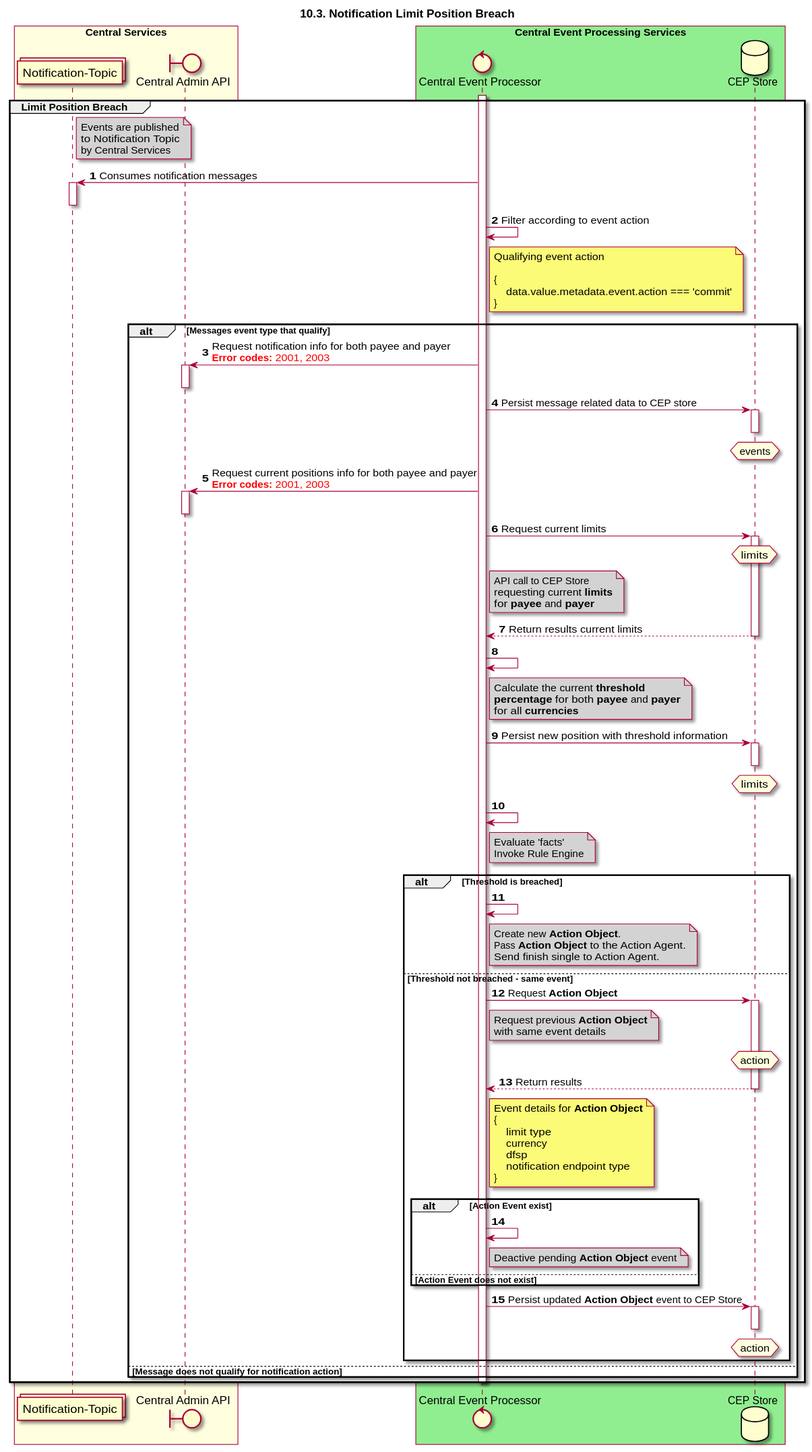
This is docs/sequence_diagrams/notification-ProcessesOverview.svg from mojaloop/central-event-processor, a PlantUML export, as it was before one commit. The source it was exported from:
```plantuml
@startuml
title 10.3. Notification Limit Position Breach
autonumber

collections "Notification-Topic" as TOPIC_NOTIFY
boundary "Central Admin API" as CLAPI
control "Central Event Processor" as CEP
database "CEP Store" as DB

box "Central Services" #LightYellow
participant TOPIC_NOTIFY
participant CLAPI
end box
box "Central Event Processing Services" #LightGreen
participant CEP
participant DB
end box

Group Limit Position Breach
    activate CEP
    note right of TOPIC_NOTIFY #LightGrey
        Events are published
        to Notification Topic
        by Central Services
    end note
    TOPIC_NOTIFY <- CEP: Consumes notification messages
    activate TOPIC_NOTIFY
    deactivate TOPIC_NOTIFY
    CEP -> CEP: Filter according to event action
    note right of CEP
        Qualifying event action

        {
            data.value.metadata.event.action === 'commit'
        }
    end note

    alt Messages event type that qualify
        CLAPI <- CEP: Request notification info for both payee and payer\n<color #FF0000><b>Error codes:</b> 2001, 2003 </color>
        activate CLAPI
        deactivate CLAPI
        CEP -> DB: Persist message related data to CEP store
        activate DB
        hnote over DB #LightYellow
            events
        end hnote
        deactivate DB
        CLAPI <- CEP: Request current positions info for both payee and payer\n<color #FF0000><b>Error codes:</b> 2001, 2003 </color>
        activate CLAPI
        deactivate CLAPI
        CEP -> DB: Request current limits
        activate DB
        hnote over DB #LightYellow
            limits
        end hnote
        note right of CEP #LightGrey
            API call to CEP Store
            requesting current **limits**
            for **payee** and **payer**
        end note
        CEP <-- DB: Return results current limits
        deactivate DB
        CEP -> CEP:
        note right of CEP #LightGrey
            Calculate the current **threshold**
            **percentage** for both **payee** and **payer**
            for all **currencies**
        end note
        CEP -> DB: Persist new position with threshold information
        activate DB
        hnote over DB #LightYellow
            limits
        end hnote
        deactivate DB
        CEP -> CEP
        note right of CEP #LightGrey
            Evaluate 'facts'
            Invoke Rule Engine
        end note

        alt Threshold is breached
            CEP -> CEP:
            note right of CEP #LightGrey
                Create new **Action Object**.
                Pass **Action Object** to the Action Agent.
                Send finish single to Action Agent.
            end note
        else Threshold not breached - same event
            CEP -> DB: Request **Action Object**
            note right of CEP #LightGrey
                Request previous **Action Object**
                with same event details
            end note
            activate DB
        hnote over DB #LightYellow
            action
        end hnote
        CEP <-- DB: Return results
        deactivate DB
            note right of CEP
                Event details for **Action Object**
                {
                    limit type
                    currency
                    dfsp
                    notification endpoint type
                }
            end note
            alt Action Event exist
                CEP -> CEP
                note right of CEP #LightGrey
                    Deactive pending **Action Object** event
                end note
            else Action Event does not exist
            end
        CEP -> DB: Persist updated **Action Object** event to CEP Store
        activate DB
        hnote over DB #LightYellow
            action
        end hnote
        deactivate DB
        end
    else Message does not qualify for notification action
    end
    deactivate CEP
end
@enduml
```
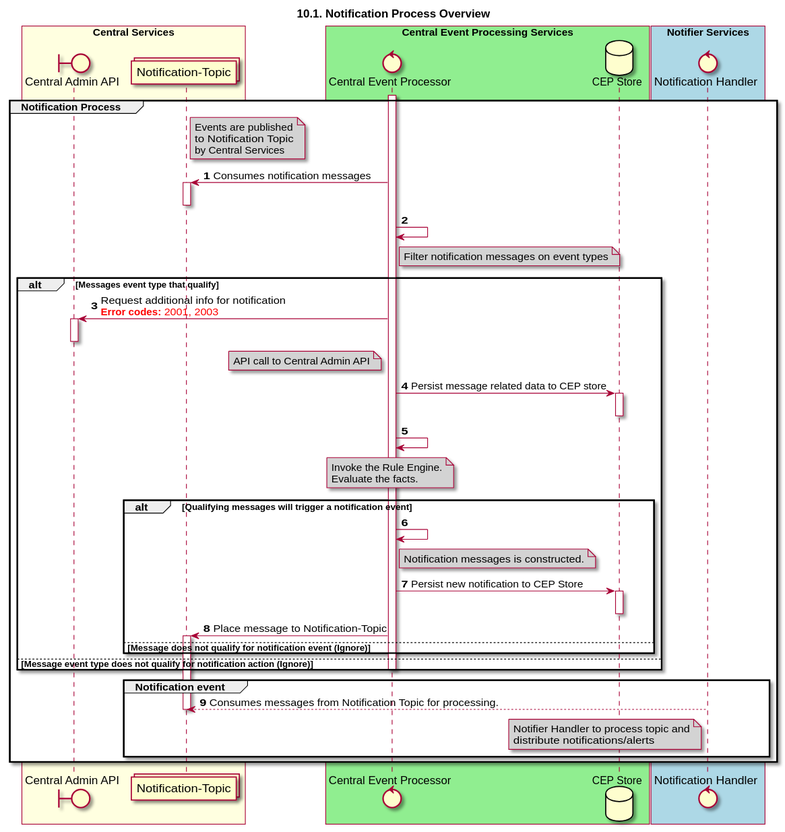
The same file after the commit.

What changed in the source:
```diff
@@ -1,22 +1,26 @@
 @startuml
-title 10.3. Notification Limit Position Breach
+title 10.1. Notification Process Overview
 autonumber
 
-collections "Notification-Topic" as TOPIC_NOTIFY
 boundary "Central Admin API" as CLAPI
 control "Central Event Processor" as CEP
+control "Notification Handler" as NOTIFIER
+collections "Notification-Topic" as TOPIC_NOTIFY
 database "CEP Store" as DB
 
 box "Central Services" #LightYellow
+participant CLAPI
 participant TOPIC_NOTIFY
-participant CLAPI
 end box
 box "Central Event Processing Services" #LightGreen
 participant CEP
 participant DB
 end box
+box "Notifier Services" #LightBlue
+participant NOTIFIER
+end box
 
-Group Limit Position Breach
+group Notification Process
     activate CEP
     note right of TOPIC_NOTIFY #LightGrey
         Events are published
@@ -26,102 +30,50 @@
     TOPIC_NOTIFY <- CEP: Consumes notification messages
     activate TOPIC_NOTIFY
     deactivate TOPIC_NOTIFY
-    CEP -> CEP: Filter according to event action
-    note right of CEP
-        Qualifying event action
-
-        {
-            data.value.metadata.event.action === 'commit'
-        }
+    CEP -> CEP
+    note right of CEP #LightGrey
+        Filter notification messages on event types
     end note
 
     alt Messages event type that qualify
-        CLAPI <- CEP: Request notification info for both payee and payer\n<color #FF0000><b>Error codes:</b> 2001, 2003 </color>
+        CEP -> CLAPI: Request additional info for notification\n<color #FF0000><b>Error codes:</b> 2001, 2003 </color>
         activate CLAPI
+        note left of CEP #LightGrey
+            API call to Central Admin API
+        end note
         deactivate CLAPI
         CEP -> DB: Persist message related data to CEP store
         activate DB
-        hnote over DB #LightYellow
-            events
-        end hnote
-        deactivate DB
-        CLAPI <- CEP: Request current positions info for both payee and payer\n<color #FF0000><b>Error codes:</b> 2001, 2003 </color>
-        activate CLAPI
-        deactivate CLAPI
-        CEP -> DB: Request current limits
-        activate DB
-        hnote over DB #LightYellow
-            limits
-        end hnote
-        note right of CEP #LightGrey
-            API call to CEP Store
-            requesting current **limits**
-            for **payee** and **payer**
-        end note
-        CEP <-- DB: Return results current limits
-        deactivate DB
-        CEP -> CEP:
-        note right of CEP #LightGrey
-            Calculate the current **threshold**
-            **percentage** for both **payee** and **payer**
-            for all **currencies**
-        end note
-        CEP -> DB: Persist new position with threshold information
-        activate DB
-        hnote over DB #LightYellow
-            limits
-        end hnote
         deactivate DB
         CEP -> CEP
-        note right of CEP #LightGrey
-            Evaluate 'facts'
-            Invoke Rule Engine
+        note over of CEP #LightGrey
+            Invoke the Rule Engine.
+            Evaluate the facts.
         end note
 
-        alt Threshold is breached
-            CEP -> CEP:
+        alt Qualifying messages will trigger a notification event
+            CEP -> CEP
             note right of CEP #LightGrey
-                Create new **Action Object**.
-                Pass **Action Object** to the Action Agent.
-                Send finish single to Action Agent.
+                Notification messages is constructed.
             end note
-        else Threshold not breached - same event
-            CEP -> DB: Request **Action Object**
-            note right of CEP #LightGrey
-                Request previous **Action Object**
-                with same event details
-            end note
+            CEP -> DB: Persist new notification to CEP Store
             activate DB
-        hnote over DB #LightYellow
-            action
-        end hnote
-        CEP <-- DB: Return results
-        deactivate DB
-            note right of CEP
-                Event details for **Action Object**
-                {
-                    limit type
-                    currency
-                    dfsp
-                    notification endpoint type
-                }
-            end note
-            alt Action Event exist
-                CEP -> CEP
-                note right of CEP #LightGrey
-                    Deactive pending **Action Object** event
-                end note
-            else Action Event does not exist
-            end
-        CEP -> DB: Persist updated **Action Object** event to CEP Store
-        activate DB
-        hnote over DB #LightYellow
-            action
-        end hnote
-        deactivate DB
+            deactivate DB
+            TOPIC_NOTIFY <- CEP: Place message to Notification-Topic
+            activate TOPIC_NOTIFY
+        else Message does not qualify for notification event (Ignore)
         end
-    else Message does not qualify for notification action
+    else Message event type does not qualify for notification action (Ignore)
+    deactivate CEP
     end
-    deactivate CEP
+
+    group Notification event
+    TOPIC_NOTIFY <-- NOTIFIER: Consumes messages from Notification Topic for processing.
+    note left of NOTIFIER #LightGrey
+        Notifier Handler to process topic and
+        distribute notifications/alerts
+    end note
+            deactivate TOPIC_NOTIFY
+    end
 end
 @enduml
```
